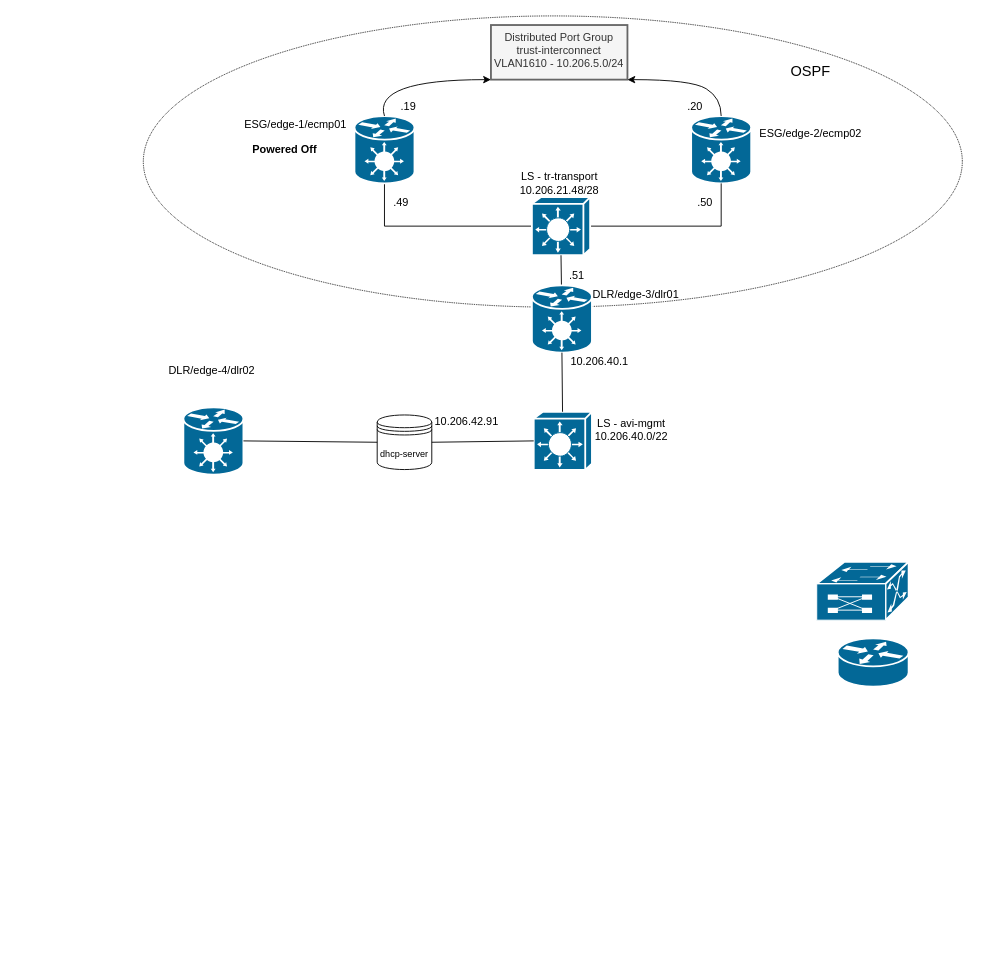
This is avi_lab_diagram.drawio from SuperTechNow/Avi, a draw.io file, before an edit. Source tidied: cells renumbered, new cells numbered last; positions are measured from the earlier drawing's top-left corner, leaving out a move shared by most shapes. Both pictures are drawn from the tidied source at 91%, with x=0, y=0 at pixel (143, 15).
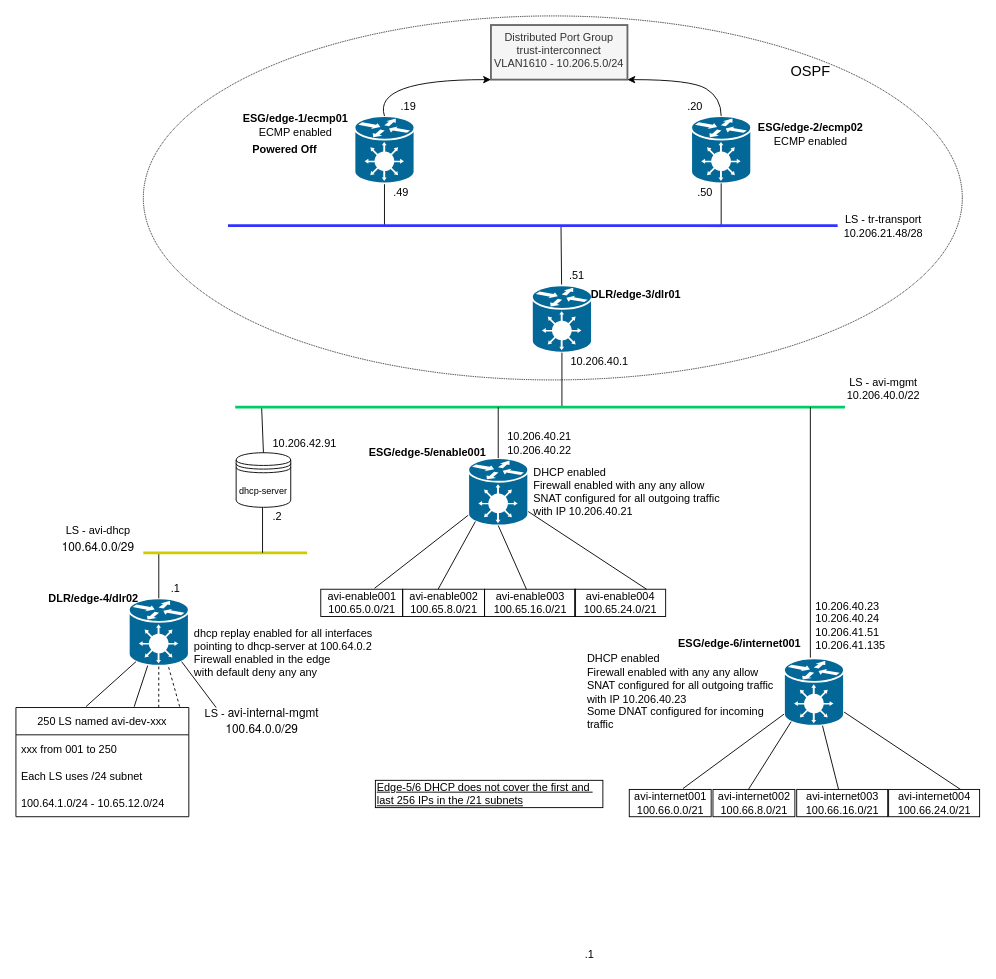
Above is the later version.

Unchanged cells that the change refers to:
```xml
<mxCell id="6" style="shape=mxgraph.cisco.hubs_and_gateways.generic_gateway;sketch=0;html=1;dashed=0;fillColor=#036897;strokeColor=#ffffff;strokeWidth=2;verticalLabelPosition=bottom;verticalAlign=top;align=center;outlineConnect=0;" parent="1" vertex="1">
  <mxGeometry x="232" y="110" width="66" height="74" as="geometry" />
</mxCell>
<mxCell id="8" style="shape=mxgraph.cisco.hubs_and_gateways.generic_gateway;sketch=0;html=1;dashed=0;fillColor=#036897;strokeColor=#ffffff;strokeWidth=2;verticalLabelPosition=bottom;verticalAlign=top;align=center;outlineConnect=0;" parent="1" vertex="1">
  <mxGeometry x="602" y="110" width="66" height="74" as="geometry" />
</mxCell>
<mxCell id="19" style="shape=mxgraph.cisco.hubs_and_gateways.generic_gateway;sketch=0;html=1;dashed=0;fillColor=#036897;strokeColor=#ffffff;strokeWidth=2;verticalLabelPosition=bottom;verticalAlign=top;align=center;outlineConnect=0;" parent="1" vertex="1">
  <mxGeometry x="427" y="296" width="66" height="74" as="geometry" />
</mxCell>
```

Change to the diagram source:
```diff
@@
     <mxCell id="2" style="ellipse;whiteSpace=wrap;html=1;dashed=1;dashPattern=1 1;" parent="1" vertex="1">
-      <mxGeometry width="900" height="320" as="geometry" />
+      <mxGeometry width="900" height="400" as="geometry" />
     </mxCell>
-    <mxCell id="3" style="shape=mxgraph.cisco.switches.multiswitch_device;sketch=0;html=1;dashed=0;fillColor=#036897;strokeColor=#ffffff;strokeWidth=2;verticalLabelPosition=bottom;verticalAlign=top;align=center;" parent="1" vertex="1">
-      <mxGeometry x="740" y="600" width="101" height="64" as="geometry" />
-    </mxCell>
-    <mxCell id="4" style="shape=mxgraph.cisco.routers.router;sketch=0;html=1;dashed=0;fillColor=#036897;strokeColor=#ffffff;strokeWidth=2;verticalLabelPosition=bottom;verticalAlign=top;align=center;" parent="1" vertex="1">
-      <mxGeometry x="763" y="684" width="78" height="53" as="geometry" />
-    </mxCell>
-    <mxCell id="5" style="edgeStyle=orthogonalEdgeStyle;rounded=0;jettySize=auto;html=1;exitX=0.5;exitY=1;exitDx=0;exitDy=0;exitPerimeter=0;entryX=0;entryY=0.5;entryDx=0;entryDy=0;entryPerimeter=0;endArrow=none;endFill=0;" parent="1" edge="1" source="6" target="17">
-      <mxGeometry relative="1" as="geometry" />
+    <mxCell id="5" style="edgeStyle=orthogonalEdgeStyle;rounded=0;jettySize=auto;html=1;exitX=0.5;exitY=1;exitDx=0;exitDy=0;exitPerimeter=0;entryX=0;entryY=0.5;entryDx=0;entryDy=0;entryPerimeter=0;endArrow=none;endFill=0;" parent="1" edge="1" source="6">
+      <mxGeometry relative="1" as="geometry">
+        <mxPoint x="427" y="231" as="targetPoint" />
+        <Array as="points">
+          <mxPoint x="265" y="231" />
+        </Array>
+      </mxGeometry>
     </mxCell>
@@
     <mxCell id="13" value="LS - tr-transport&lt;br&gt;10.206.21.48/28" style="text;html=1;align=center;verticalAlign=middle;fillColor=none;strokeColor=none;rounded=0;" parent="1" vertex="1">
-      <mxGeometry x="407" y="169" width="100" height="30" as="geometry" />
+      <mxGeometry x="763" y="216" width="100" height="30" as="geometry" />
     </mxCell>
@@
-    <mxCell id="15" value="ESG/edge-2/ecmp02" style="text;html=1;align=center;verticalAlign=middle;fillColor=none;strokeColor=none;rounded=0;" parent="1" vertex="1">
-      <mxGeometry x="668" y="120" width="130" height="20" as="geometry" />
+    <mxCell id="15" value="ESG/edge-2/ecmp02&lt;br&gt;&lt;span style=&quot;font-weight: normal&quot;&gt;ECMP enabled&lt;/span&gt;" style="text;html=1;align=center;verticalAlign=middle;fillColor=none;strokeColor=none;rounded=0;fontStyle=1;" parent="1" vertex="1">
+      <mxGeometry x="668" y="115" width="130" height="30" as="geometry" />
     </mxCell>
-    <mxCell id="16" style="edgeStyle=orthogonalEdgeStyle;rounded=0;jettySize=auto;html=1;endArrow=none;endFill=0;" parent="1" edge="1" source="17" target="8">
-      <mxGeometry relative="1" as="geometry" />
+    <mxCell id="16" style="edgeStyle=orthogonalEdgeStyle;rounded=0;jettySize=auto;html=1;endArrow=none;endFill=0;" parent="1" edge="1" target="8">
+      <mxGeometry relative="1" as="geometry">
+        <mxPoint x="491" y="231" as="sourcePoint" />
+      </mxGeometry>
     </mxCell>
-    <mxCell id="17" style="shape=mxgraph.cisco.switches.layer_3_switch;sketch=0;html=1;dashed=0;fillColor=#036897;strokeColor=#ffffff;strokeWidth=2;verticalLabelPosition=bottom;verticalAlign=top;align=center;outlineConnect=0;" parent="1" vertex="1">
-      <mxGeometry x="427" y="199" width="64" height="64" as="geometry" />
-    </mxCell>
-    <mxCell id="18" style="endArrow=none;html=1;rounded=0;entryX=0.5;entryY=1;entryDx=0;entryDy=0;entryPerimeter=0;" parent="1" edge="1" source="19" target="17">
-      <mxGeometry relative="1" as="geometry" />
+    <mxCell id="18" style="endArrow=none;html=1;rounded=0;" parent="1" edge="1" source="19">
+      <mxGeometry relative="1" as="geometry">
+        <mxPoint x="459" y="230" as="targetPoint" />
+      </mxGeometry>
     </mxCell>
@@
     <mxCell id="20" value=".49" style="text;html=1;align=center;verticalAlign=middle;fillColor=none;strokeColor=none;rounded=0;" parent="1" vertex="1">
-      <mxGeometry x="268" y="195" width="30" height="20" as="geometry" />
+      <mxGeometry x="268" y="184" width="30" height="20" as="geometry" />
     </mxCell>
-    <mxCell id="21" value="ESG/edge-1/ecmp01" style="text;html=1;align=center;verticalAlign=middle;fillColor=none;strokeColor=none;rounded=0;" parent="1" vertex="1">
-      <mxGeometry x="102" y="110" width="130" height="20" as="geometry" />
+    <mxCell id="21" value="ESG/edge-1/ecmp01&lt;br&gt;&lt;span style=&quot;font-weight: normal&quot;&gt;ECMP enabled&lt;/span&gt;" style="text;html=1;align=center;verticalAlign=middle;fillColor=none;strokeColor=none;rounded=0;fontStyle=1;" parent="1" vertex="1">
+      <mxGeometry x="102" y="105" width="130" height="30" as="geometry" />
     </mxCell>
     <mxCell id="22" value=".50" style="text;html=1;align=center;verticalAlign=middle;fillColor=none;strokeColor=none;rounded=0;" parent="1" vertex="1">
-      <mxGeometry x="602" y="195" width="30" height="20" as="geometry" />
+      <mxGeometry x="602" y="184" width="30" height="20" as="geometry" />
     </mxCell>
-    <mxCell id="23" value="DLR/edge-3/dlr01" style="text;html=1;align=center;verticalAlign=middle;fillColor=none;strokeColor=none;rounded=0;" parent="1" vertex="1">
+    <mxCell id="23" value="DLR/edge-3/dlr01" style="text;html=1;align=center;verticalAlign=middle;fillColor=none;strokeColor=none;rounded=0;fontStyle=1;" parent="1" vertex="1">
       <mxGeometry x="486" y="296" width="110" height="20" as="geometry" />
     </mxCell>
@@
-    <mxCell id="25" value="LS - avi-mgmt&lt;br&gt;10.206.40.0/22" style="text;html=1;align=center;verticalAlign=middle;fillColor=none;strokeColor=none;rounded=0;" parent="1" vertex="1">
-      <mxGeometry x="486" y="440" width="100" height="30" as="geometry" />
+    <mxCell id="25" value="LS - avi-mgmt&lt;br&gt;10.206.40.0/22" style="text;html=1;align=center;verticalAlign=middle;fillColor=none;strokeColor=none;rounded=0;fontStyle=0;" parent="1" vertex="1">
+      <mxGeometry x="763" y="395" width="100" height="30" as="geometry" />
     </mxCell>
-    <mxCell id="26" style="shape=mxgraph.cisco.switches.layer_3_switch;sketch=0;html=1;dashed=0;fillColor=#036897;strokeColor=#ffffff;strokeWidth=2;verticalLabelPosition=bottom;verticalAlign=top;align=center;outlineConnect=0;" parent="1" vertex="1">
-      <mxGeometry x="429" y="435" width="64" height="64" as="geometry" />
-    </mxCell>
-    <mxCell id="27" style="endArrow=none;html=1;rounded=0;entryX=0.5;entryY=1;entryDx=0;entryDy=0;entryPerimeter=0;" parent="1" edge="1" source="26" target="19">
-      <mxGeometry relative="1" as="geometry" />
+    <mxCell id="27" style="endArrow=none;html=1;rounded=0;entryX=0.5;entryY=1;entryDx=0;entryDy=0;entryPerimeter=0;" parent="1" edge="1" target="19">
+      <mxGeometry relative="1" as="geometry">
+        <mxPoint x="460" y="430" as="sourcePoint" />
+      </mxGeometry>
     </mxCell>
@@
     <mxCell id="30" value="&lt;font style=&quot;font-size: 10px&quot;&gt;dhcp-server&lt;/font&gt;" style="shape=datastore;whiteSpace=wrap;html=1;fontSize=16;" parent="1" vertex="1">
-      <mxGeometry x="257" y="438.5" width="60" height="60" as="geometry" />
+      <mxGeometry x="102" y="480" width="60" height="60" as="geometry" />
     </mxCell>
-    <mxCell id="31" style="endArrow=none;html=1;rounded=0;fontSize=10;entryX=0;entryY=0.5;entryDx=0;entryDy=0;entryPerimeter=0;exitX=1;exitY=0.5;exitDx=0;exitDy=0;" parent="1" edge="1" source="30" target="26">
-      <mxGeometry relative="1" as="geometry" />
+    <mxCell id="31" style="endArrow=none;html=1;rounded=0;fontSize=10;exitX=0.5;exitY=0;exitDx=0;exitDy=0;" parent="1" edge="1" source="30">
+      <mxGeometry relative="1" as="geometry">
+        <mxPoint x="130" y="430" as="targetPoint" />
+      </mxGeometry>
     </mxCell>
     <mxCell id="32" value="10.206.42.91" style="text;html=1;align=center;verticalAlign=middle;fillColor=none;strokeColor=none;rounded=0;" parent="1" vertex="1">
-      <mxGeometry x="310" y="435.5" width="90" height="20" as="geometry" />
+      <mxGeometry x="132" y="460" width="90" height="20" as="geometry" />
     </mxCell>
     <mxCell id="33" style="shape=mxgraph.cisco.hubs_and_gateways.generic_gateway;sketch=0;html=1;dashed=0;fillColor=#036897;strokeColor=#ffffff;strokeWidth=2;verticalLabelPosition=bottom;verticalAlign=top;align=center;outlineConnect=0;" parent="1" vertex="1">
-      <mxGeometry x="44" y="430" width="66" height="74" as="geometry" />
+      <mxGeometry x="-16" y="640" width="66" height="74" as="geometry" />
     </mxCell>
-    <mxCell id="34" style="endArrow=none;html=1;rounded=0;fontSize=10;entryX=0;entryY=0.5;entryDx=0;entryDy=0;exitX=1;exitY=0.5;exitDx=0;exitDy=0;exitPerimeter=0;" parent="1" edge="1" source="33" target="30">
-      <mxGeometry relative="1" as="geometry" />
+    <mxCell id="34" style="endArrow=none;html=1;rounded=0;fontSize=10;exitX=0.5;exitY=0;exitDx=0;exitDy=0;exitPerimeter=0;" parent="1" edge="1" source="33">
+      <mxGeometry relative="1" as="geometry">
+        <mxPoint x="17" y="590" as="targetPoint" />
+      </mxGeometry>
     </mxCell>
-    <mxCell id="35" value="DLR/edge-4/dlr02" style="text;html=1;align=center;verticalAlign=middle;fillColor=none;strokeColor=none;rounded=0;" parent="1" vertex="1">
-      <mxGeometry x="20" y="380" width="110" height="20" as="geometry" />
+    <mxCell id="35" value="DLR/edge-4/dlr02" style="text;html=1;align=center;verticalAlign=middle;fillColor=none;strokeColor=none;rounded=0;fontStyle=1;" parent="1" vertex="1">
+      <mxGeometry x="-110" y="630" width="110" height="20" as="geometry" />
     </mxCell>
+    <mxCell id="36" style="endArrow=none;html=1;rounded=0;strokeColor=#3333FF;strokeWidth=3;" parent="1" edge="1">
+      <mxGeometry relative="1" as="geometry">
+        <mxPoint x="93" y="230.5" as="sourcePoint" />
+        <mxPoint x="763" y="230.5" as="targetPoint" />
+      </mxGeometry>
+    </mxCell>
+    <mxCell id="37" style="endArrow=none;html=1;rounded=0;strokeColor=#00CC66;strokeWidth=3;" parent="1" edge="1">
+      <mxGeometry relative="1" as="geometry">
+        <mxPoint x="101" y="430" as="sourcePoint" />
+        <mxPoint x="771" y="430" as="targetPoint" />
+      </mxGeometry>
+    </mxCell>
+    <mxCell id="38" style="endArrow=none;html=1;rounded=0;strokeColor=#CCCC00;strokeWidth=3;" parent="1" edge="1">
+      <mxGeometry relative="1" as="geometry">
+        <mxPoint y="590" as="sourcePoint" />
+        <mxPoint x="180" y="590" as="targetPoint" />
+      </mxGeometry>
+    </mxCell>
+    <mxCell id="39" value="LS - avi-dhcp&lt;br&gt;&lt;p class=&quot;p1&quot; style=&quot;margin: 0px ; font-stretch: normal ; font-size: 13px ; line-height: normal ; font-family: &amp;#34;helvetica neue&amp;#34;&quot;&gt;100.64.0.0/29&lt;/p&gt;" style="text;html=1;align=center;verticalAlign=middle;fillColor=none;strokeColor=none;rounded=0;" parent="1" vertex="1">
+      <mxGeometry x="-100" y="560" width="100" height="30" as="geometry" />
+    </mxCell>
+    <mxCell id="40" style="endArrow=none;html=1;rounded=0;" parent="1" edge="1">
+      <mxGeometry relative="1" as="geometry">
+        <mxPoint x="131" y="590" as="sourcePoint" />
+        <mxPoint x="131" y="540" as="targetPoint" />
+      </mxGeometry>
+    </mxCell>
+    <mxCell id="41" value=".2" style="text;html=1;align=center;verticalAlign=middle;fillColor=none;strokeColor=none;rounded=0;" parent="1" vertex="1">
+      <mxGeometry x="132" y="540" width="30" height="20" as="geometry" />
+    </mxCell>
+    <mxCell id="42" value=".1" style="text;html=1;align=center;verticalAlign=middle;fillColor=none;strokeColor=none;rounded=0;" parent="1" vertex="1">
+      <mxGeometry x="20" y="620" width="30" height="20" as="geometry" />
+    </mxCell>
+    <mxCell id="43" value=".1" style="text;html=1;align=center;verticalAlign=middle;fillColor=none;strokeColor=none;rounded=0;" parent="1" vertex="1">
+      <mxGeometry x="475" y="1021.5" width="30" height="20" as="geometry" />
+    </mxCell>
+    <mxCell id="44" style="endArrow=none;html=1;rounded=0;entryX=0.12;entryY=0.94;entryDx=0;entryDy=0;entryPerimeter=0;exitX=0.405;exitY=-0.008;exitDx=0;exitDy=0;exitPerimeter=0;" parent="1" edge="1" source="49" target="33">
+      <mxGeometry relative="1" as="geometry" />
+    </mxCell>
+    <mxCell id="45" style="endArrow=none;html=1;rounded=0;exitX=0.684;exitY=-0.008;exitDx=0;exitDy=0;exitPerimeter=0;" parent="1" edge="1" source="49" target="33">
+      <mxGeometry relative="1" as="geometry" />
+    </mxCell>
+    <mxCell id="46" style="endArrow=none;html=1;rounded=0;entryX=0.5;entryY=1;entryDx=0;entryDy=0;entryPerimeter=0;dashed=1;exitX=0.826;exitY=0;exitDx=0;exitDy=0;exitPerimeter=0;" parent="1" edge="1" source="49" target="33">
+      <mxGeometry relative="1" as="geometry" />
+    </mxCell>
+    <mxCell id="47" style="endArrow=none;html=1;rounded=0;dashed=1;exitX=0.947;exitY=-0.008;exitDx=0;exitDy=0;exitPerimeter=0;" parent="1" edge="1" source="49" target="33">
+      <mxGeometry relative="1" as="geometry" />
+    </mxCell>
+    <mxCell id="48" style="endArrow=none;html=1;rounded=0;entryX=0.88;entryY=0.94;entryDx=0;entryDy=0;entryPerimeter=0;" parent="1" edge="1" target="33">
+      <mxGeometry relative="1" as="geometry">
+        <mxPoint x="80" y="760" as="sourcePoint" />
+      </mxGeometry>
+    </mxCell>
+    <mxCell id="49" value="250 LS named avi-dev-xxx" style="swimlane;fontStyle=0;horizontal=1;startSize=30;" parent="1" vertex="1">
+      <mxGeometry x="-140" y="760" width="190" height="120" as="geometry" />
+    </mxCell>
+    <mxCell id="50" value="xxx from 001 to 250" style="text;strokeColor=none;fillColor=none;align=left;verticalAlign=middle;spacingLeft=4;spacingRight=4;overflow=hidden;" parent="49" vertex="1">
+      <mxGeometry y="30" width="190" height="30" as="geometry" />
+    </mxCell>
+    <mxCell id="51" value="Each LS uses /24 subnet" style="text;strokeColor=none;fillColor=none;align=left;verticalAlign=middle;spacingLeft=4;spacingRight=4;overflow=hidden;" parent="49" vertex="1">
+      <mxGeometry y="60" width="190" height="30" as="geometry" />
+    </mxCell>
+    <mxCell id="52" value="100.64.1.0/24 - 10.65.12.0/24" style="text;strokeColor=none;fillColor=none;align=left;verticalAlign=middle;spacingLeft=4;spacingRight=4;overflow=hidden;" parent="49" vertex="1">
+      <mxGeometry y="90" width="190" height="30" as="geometry" />
+    </mxCell>
+    <mxCell id="53" value="LS -&amp;nbsp;&lt;span style=&quot;font-family: &amp;#34;helvetica neue&amp;#34; ; font-size: 13px&quot;&gt;avi-internal-mgmt&lt;/span&gt;&lt;p class=&quot;p1&quot; style=&quot;margin: 0px ; font-stretch: normal ; font-size: 13px ; line-height: normal ; font-family: &amp;#34;helvetica neue&amp;#34;&quot;&gt;100.64.0.0/29&lt;/p&gt;" style="text;html=1;align=center;verticalAlign=middle;fillColor=none;strokeColor=none;rounded=0;" parent="1" vertex="1">
+      <mxGeometry x="60" y="760" width="140" height="30" as="geometry" />
+    </mxCell>
+    <mxCell id="54" style="shape=mxgraph.cisco.hubs_and_gateways.generic_gateway;sketch=0;html=1;dashed=0;fillColor=#036897;strokeColor=#ffffff;strokeWidth=2;verticalLabelPosition=bottom;verticalAlign=top;align=center;outlineConnect=0;" parent="1" vertex="1">
+      <mxGeometry x="357" y="486" width="66" height="74" as="geometry" />
+    </mxCell>
+    <mxCell id="55" value="dhcp replay enabled for all interfaces&lt;br&gt;pointing to dhcp-server at 100.64.0.2&lt;br&gt;Firewall enabled in the edge &lt;br&gt;with default deny any any" style="text;html=1;align=left;verticalAlign=middle;fillColor=none;strokeColor=none;rounded=0;" parent="1" vertex="1">
+      <mxGeometry x="54" y="670" width="210" height="60" as="geometry" />
+    </mxCell>
+    <mxCell id="56" style="endArrow=none;html=1;rounded=0;exitX=0.5;exitY=0;exitDx=0;exitDy=0;exitPerimeter=0;" parent="1" edge="1" source="54">
+      <mxGeometry relative="1" as="geometry">
+        <mxPoint x="390" y="430" as="targetPoint" />
+      </mxGeometry>
+    </mxCell>
+    <mxCell id="57" value="ESG/edge-5/enable001" style="text;html=1;align=center;verticalAlign=middle;fillColor=none;strokeColor=none;rounded=0;fontStyle=1;" parent="1" vertex="1">
+      <mxGeometry x="242" y="470" width="140" height="20" as="geometry" />
+    </mxCell>
+    <mxCell id="58" value="10.206.40.21&lt;br&gt;10.206.40.22" style="text;html=1;align=center;verticalAlign=middle;fillColor=none;strokeColor=none;rounded=0;" parent="1" vertex="1">
+      <mxGeometry x="390" y="455" width="90" height="30" as="geometry" />
+    </mxCell>
+    <mxCell id="59" style="endArrow=none;html=1;rounded=0;exitX=0.656;exitY=-0.033;exitDx=0;exitDy=0;exitPerimeter=0;" parent="1" edge="1" source="60" target="54">
+      <mxGeometry relative="1" as="geometry" />
+    </mxCell>
+    <mxCell id="60" value="avi-enable001&lt;br&gt;100.65.0.0/21" style="text;html=1;align=center;verticalAlign=middle;points=[];fillColor=none;strokeColor=default;rounded=0;" parent="1" vertex="1">
+      <mxGeometry x="195" y="630" width="90" height="30" as="geometry" />
+    </mxCell>
+    <mxCell id="61" style="endArrow=none;html=1;rounded=0;exitX=0.433;exitY=0;exitDx=0;exitDy=0;exitPerimeter=0;entryX=0.12;entryY=0.94;entryDx=0;entryDy=0;entryPerimeter=0;" parent="1" edge="1" source="62" target="54">
+      <mxGeometry relative="1" as="geometry" />
+    </mxCell>
+    <mxCell id="62" value="avi-enable002&lt;br&gt;100.65.8.0/21" style="text;html=1;align=center;verticalAlign=middle;points=[];fillColor=none;strokeColor=default;rounded=0;" parent="1" vertex="1">
+      <mxGeometry x="285" y="630" width="90" height="30" as="geometry" />
+    </mxCell>
+    <mxCell id="63" value="avi-enable003&lt;br&gt;100.65.16.0/21" style="text;html=1;align=center;verticalAlign=middle;points=[];fillColor=none;strokeColor=default;rounded=0;" parent="1" vertex="1">
+      <mxGeometry x="375" y="630" width="100" height="30" as="geometry" />
+    </mxCell>
+    <mxCell id="64" style="endArrow=none;html=1;rounded=0;exitX=0.46;exitY=0;exitDx=0;exitDy=0;exitPerimeter=0;entryX=0.5;entryY=1;entryDx=0;entryDy=0;entryPerimeter=0;" parent="1" edge="1" source="63" target="54">
+      <mxGeometry relative="1" as="geometry" />
+    </mxCell>
+    <mxCell id="65" value="avi-enable004&lt;br&gt;100.65.24.0/21" style="text;html=1;align=center;verticalAlign=middle;points=[];fillColor=none;strokeColor=default;rounded=0;" parent="1" vertex="1">
+      <mxGeometry x="474" y="630" width="100" height="30" as="geometry" />
+    </mxCell>
+    <mxCell id="66" style="endArrow=none;html=1;rounded=0;exitX=0.79;exitY=0;exitDx=0;exitDy=0;exitPerimeter=0;" parent="1" edge="1" source="65" target="54">
+      <mxGeometry relative="1" as="geometry" />
+    </mxCell>
+    <mxCell id="67" value="DHCP enabled&lt;br&gt;Firewall enabled with any any allow&lt;br&gt;SNAT configured for all outgoing traffic&lt;br&gt;with IP 10.206.40.21" style="text;html=1;align=left;verticalAlign=middle;fillColor=none;strokeColor=none;rounded=0;" parent="1" vertex="1">
+      <mxGeometry x="427" y="493" width="220" height="60" as="geometry" />
+    </mxCell>
+    <mxCell id="68" value="ESG/edge-6/internet001" style="text;html=1;align=center;verticalAlign=middle;fillColor=none;strokeColor=none;rounded=0;fontStyle=1;" parent="1" vertex="1">
+      <mxGeometry x="580" y="680" width="150" height="20" as="geometry" />
+    </mxCell>
+    <mxCell id="69" style="endArrow=none;html=1;rounded=0;" parent="1" edge="1">
+      <mxGeometry relative="1" as="geometry">
+        <mxPoint x="733" y="706" as="sourcePoint" />
+        <mxPoint x="733" y="430" as="targetPoint" />
+      </mxGeometry>
+    </mxCell>
+    <mxCell id="70" value="10.206.40.23&lt;br&gt;10.206.40.24&lt;br&gt;10.206.41.51&lt;br&gt;10.206.41.135" style="text;html=1;align=left;verticalAlign=middle;fillColor=none;strokeColor=none;rounded=0;" parent="1" vertex="1">
+      <mxGeometry x="737" y="640" width="90" height="60" as="geometry" />
+    </mxCell>
+    <mxCell id="71" value="DHCP enabled&lt;br&gt;Firewall enabled with any any allow&lt;br&gt;SNAT configured for all outgoing traffic&lt;br&gt;with IP 10.206.40.23&lt;br&gt;Some DNAT configured for incoming&amp;nbsp;&lt;br&gt;traffic" style="text;html=1;align=left;verticalAlign=middle;fillColor=none;strokeColor=none;rounded=0;" parent="1" vertex="1">
+      <mxGeometry x="486" y="698" width="220" height="90" as="geometry" />
+    </mxCell>
+    <mxCell id="72" style="shape=mxgraph.cisco.hubs_and_gateways.generic_gateway;sketch=0;html=1;dashed=0;fillColor=#036897;strokeColor=#ffffff;strokeWidth=2;verticalLabelPosition=bottom;verticalAlign=top;align=center;outlineConnect=0;" parent="1" vertex="1">
+      <mxGeometry x="704" y="706" width="66" height="74" as="geometry" />
+    </mxCell>
+    <mxCell id="73" style="endArrow=none;html=1;rounded=0;exitX=0.433;exitY=0;exitDx=0;exitDy=0;exitPerimeter=0;entryX=0.12;entryY=0.94;entryDx=0;entryDy=0;entryPerimeter=0;" parent="1" edge="1" source="78" target="72">
+      <mxGeometry relative="1" as="geometry" />
+    </mxCell>
+    <mxCell id="74" style="endArrow=none;html=1;rounded=0;exitX=0.46;exitY=0;exitDx=0;exitDy=0;exitPerimeter=0;" parent="1" edge="1" source="79" target="72">
+      <mxGeometry relative="1" as="geometry" />
+    </mxCell>
+    <mxCell id="75" style="endArrow=none;html=1;rounded=0;exitX=0.79;exitY=0;exitDx=0;exitDy=0;exitPerimeter=0;" parent="1" edge="1" source="80" target="72">
+      <mxGeometry relative="1" as="geometry" />
+    </mxCell>
+    <mxCell id="76" style="endArrow=none;html=1;rounded=0;exitX=0.656;exitY=-0.033;exitDx=0;exitDy=0;exitPerimeter=0;" parent="1" edge="1" source="77" target="72">
+      <mxGeometry relative="1" as="geometry" />
+    </mxCell>
+    <mxCell id="77" value="avi-internet001&lt;br&gt;100.66.0.0/21" style="text;html=1;align=center;verticalAlign=middle;points=[];fillColor=none;strokeColor=default;rounded=0;" parent="1" vertex="1">
+      <mxGeometry x="534" y="850" width="90" height="30" as="geometry" />
+    </mxCell>
+    <mxCell id="78" value="avi-internet002&lt;br&gt;100.66.8.0/21" style="text;html=1;align=center;verticalAlign=middle;points=[];fillColor=none;strokeColor=default;rounded=0;" parent="1" vertex="1">
+      <mxGeometry x="626" y="850" width="90" height="30" as="geometry" />
+    </mxCell>
+    <mxCell id="79" value="avi-internet003&lt;br&gt;100.66.16.0/21" style="text;html=1;align=center;verticalAlign=middle;points=[];fillColor=none;strokeColor=default;rounded=0;" parent="1" vertex="1">
+      <mxGeometry x="718" y="850" width="100" height="30" as="geometry" />
+    </mxCell>
+    <mxCell id="80" value="avi-internet004&lt;br&gt;100.66.24.0/21" style="text;html=1;align=center;verticalAlign=middle;points=[];fillColor=none;strokeColor=default;rounded=0;" parent="1" vertex="1">
+      <mxGeometry x="819" y="850" width="100" height="30" as="geometry" />
+    </mxCell>
+    <mxCell id="81" value="&lt;u&gt;Edge-5/6 DHCP does not cover the first and&amp;nbsp;&lt;br&gt;last 256 IPs in the /21 subnets&lt;/u&gt;" style="text;html=1;align=left;verticalAlign=middle;fillColor=none;strokeColor=default;rounded=0;" parent="1" vertex="1">
+      <mxGeometry x="255" y="840" width="250" height="30" as="geometry" />
+    </mxCell>
```
